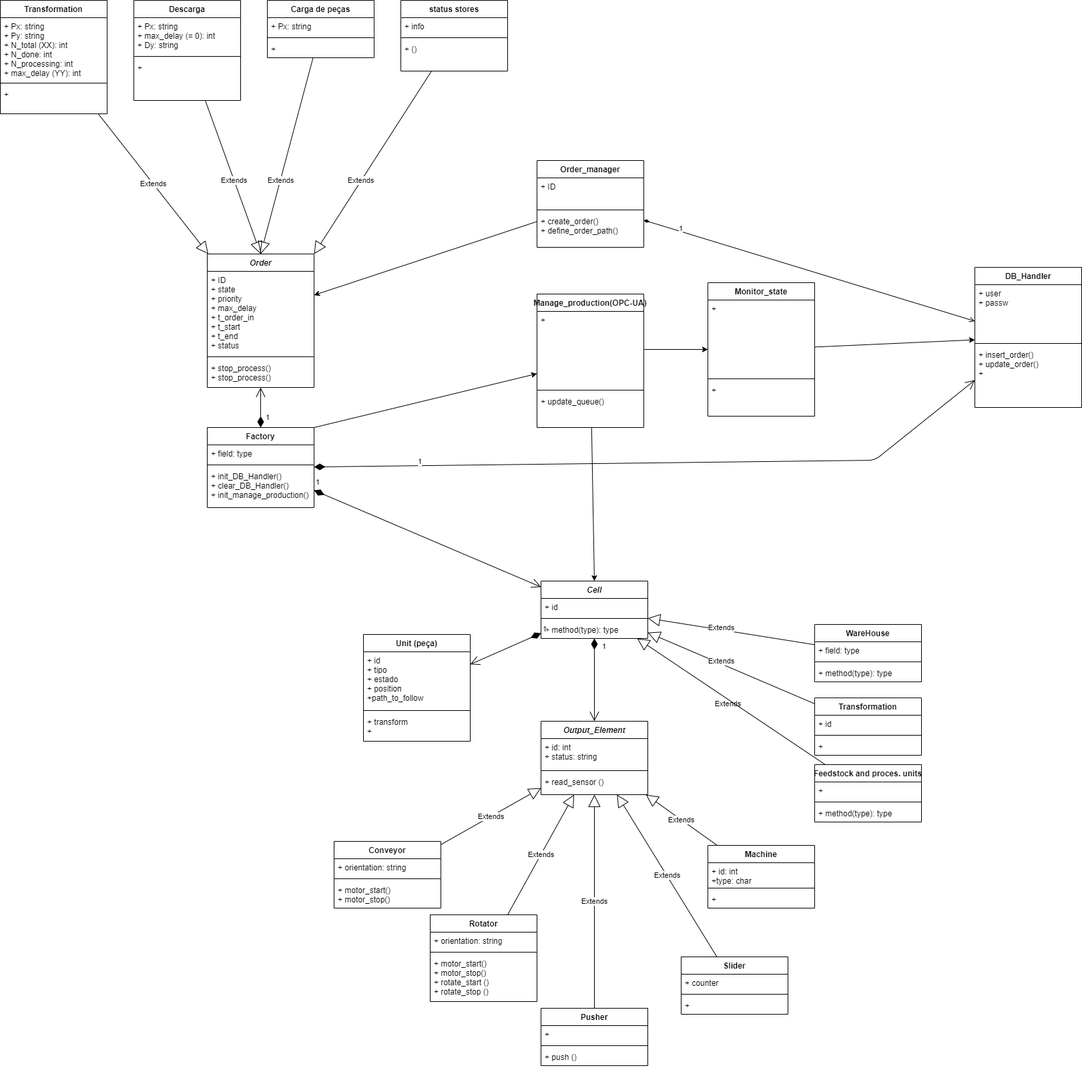
The draw.io diagram diagrams/class_diagram.png in L-eonor/ii, before a commit. Source tidied: cells renumbered, new cells last; positions are measured from the earlier drawing's top-left corner, leaving out a move shared by most shapes.
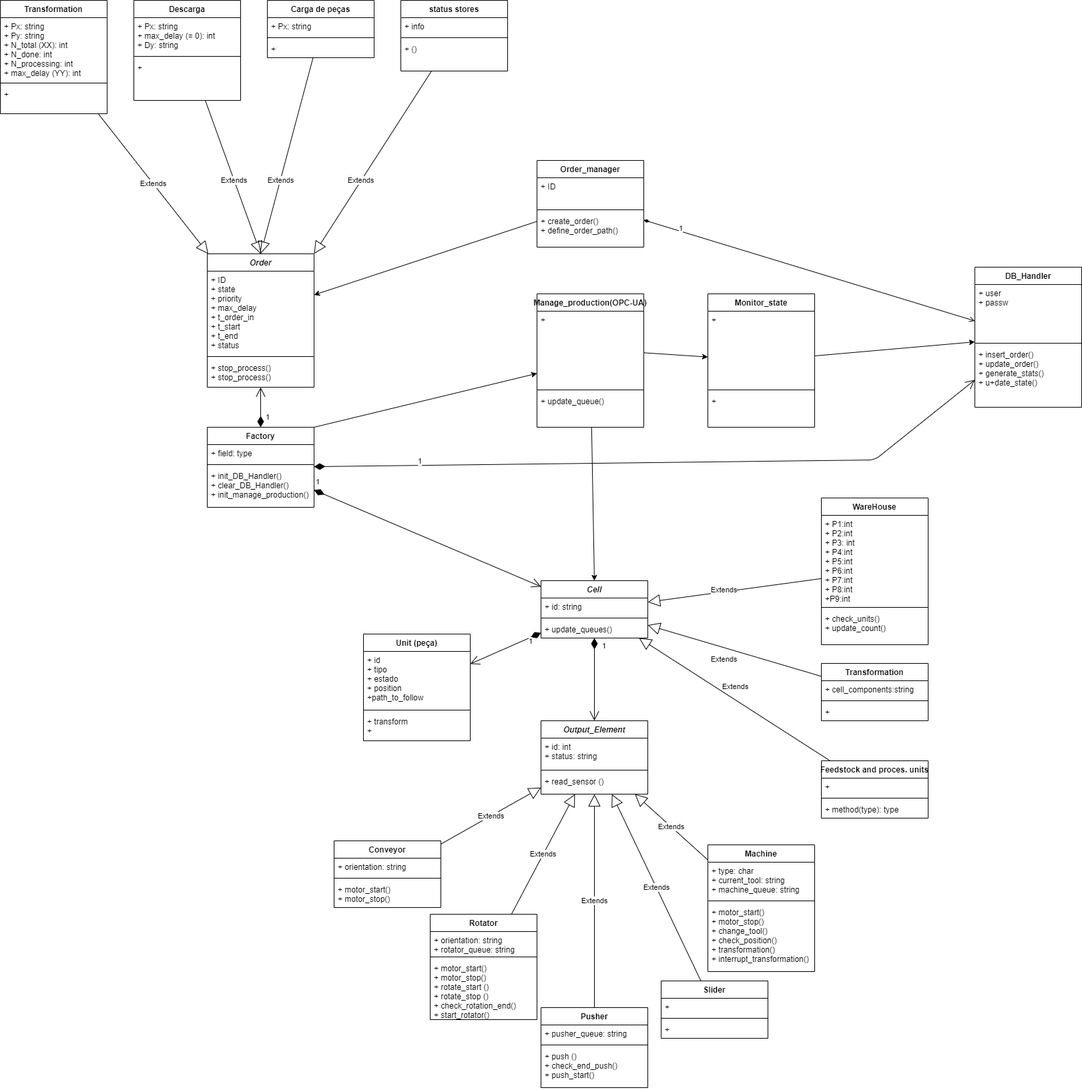
The same diagram one commit later.

Change to the diagram source:
```diff
@@ -26,19 +26,19 @@
     <mxCell id="9" style="line;strokeWidth=1;fillColor=none;align=left;verticalAlign=middle;spacingTop=-1;spacingLeft=3;spacingRight=3;labelPosition=right;" parent="7" vertex="1">
       <mxGeometry y="110" width="160" height="8" as="geometry" />
     </mxCell>
-    <mxCell id="10" value="+ insert_order()&#10;+ update_order()&#10;+ " style="text;strokeColor=none;fillColor=none;align=left;verticalAlign=top;spacingLeft=4;spacingRight=4;overflow=hidden;" parent="7" vertex="1">
+    <mxCell id="10" value="+ insert_order()&#10;+ update_order()&#10;+ generate_stats()&#10;+ u+date_state()" style="text;strokeColor=none;fillColor=none;align=left;verticalAlign=top;spacingLeft=4;spacingRight=4;overflow=hidden;" parent="7" vertex="1">
       <mxGeometry y="118" width="160" height="92" as="geometry" />
     </mxCell>
     <mxCell id="11" value="Cell" style="swimlane;fontStyle=3;align=center;verticalAlign=top;horizontal=1;startSize=26;" parent="1" vertex="1">
       <mxGeometry x="810" y="870" width="160" height="86" as="geometry" />
     </mxCell>
-    <mxCell id="12" value="+ id" style="text;strokeColor=none;fillColor=none;align=left;verticalAlign=top;spacingLeft=4;spacingRight=4;overflow=hidden;" parent="11" vertex="1">
+    <mxCell id="12" value="+ id: string" style="text;strokeColor=none;fillColor=none;align=left;verticalAlign=top;spacingLeft=4;spacingRight=4;overflow=hidden;" parent="11" vertex="1">
       <mxGeometry y="26" width="160" height="26" as="geometry" />
     </mxCell>
     <mxCell id="13" style="line;strokeWidth=1;fillColor=none;align=left;verticalAlign=middle;spacingTop=-1;spacingLeft=3;spacingRight=3;labelPosition=right;" parent="11" vertex="1">
       <mxGeometry y="52" width="160" height="8" as="geometry" />
     </mxCell>
-    <mxCell id="14" value="+ method(type): type" style="text;strokeColor=none;fillColor=none;align=left;verticalAlign=top;spacingLeft=4;spacingRight=4;overflow=hidden;" parent="11" vertex="1">
+    <mxCell id="14" value="+ update_queues()" style="text;strokeColor=none;fillColor=none;align=left;verticalAlign=top;spacingLeft=4;spacingRight=4;overflow=hidden;" parent="11" vertex="1">
       <mxGeometry y="60" width="160" height="26" as="geometry" />
     </mxCell>
     <mxCell id="15" value="Unit (peça)" style="swimlane;fontStyle=1;align=center;verticalAlign=top;horizontal=1;startSize=26;" parent="1" vertex="1">
@@ -133,21 +133,21 @@
       <mxGeometry x="-0.12" y="51" relative="1" as="geometry" />
     </mxCell>
     <mxCell id="44" value="WareHouse" style="swimlane;fontStyle=1;align=center;verticalAlign=top;horizontal=1;startSize=26;" parent="1" vertex="1">
-      <mxGeometry x="1220" y="935" width="160" height="86" as="geometry" />
+      <mxGeometry x="1230" y="746" width="160" height="220" as="geometry" />
     </mxCell>
-    <mxCell id="45" value="+ field: type" style="text;strokeColor=none;fillColor=none;align=left;verticalAlign=top;spacingLeft=4;spacingRight=4;overflow=hidden;" parent="44" vertex="1">
-      <mxGeometry y="26" width="160" height="26" as="geometry" />
+    <mxCell id="45" value="+ P1:int&#10;+ P2:int&#10;+ P3: int&#10;+ P4:int&#10;+ P5:int&#10;+ P6:int&#10;+ P7:int&#10;+ P8:int&#10;+P9:int&#10;" style="text;strokeColor=none;fillColor=none;align=left;verticalAlign=top;spacingLeft=4;spacingRight=4;overflow=hidden;" parent="44" vertex="1">
+      <mxGeometry y="26" width="160" height="134" as="geometry" />
     </mxCell>
     <mxCell id="46" style="line;strokeWidth=1;fillColor=none;align=left;verticalAlign=middle;spacingTop=-1;spacingLeft=3;spacingRight=3;labelPosition=right;" parent="44" vertex="1">
-      <mxGeometry y="52" width="160" height="8" as="geometry" />
+      <mxGeometry y="160" width="160" height="8" as="geometry" />
     </mxCell>
-    <mxCell id="47" value="+ method(type): type" style="text;strokeColor=none;fillColor=none;align=left;verticalAlign=top;spacingLeft=4;spacingRight=4;overflow=hidden;" parent="44" vertex="1">
-      <mxGeometry y="60" width="160" height="26" as="geometry" />
+    <mxCell id="47" value="+ check_units()&#10;+ update_count()" style="text;strokeColor=none;fillColor=none;align=left;verticalAlign=top;spacingLeft=4;spacingRight=4;overflow=hidden;" parent="44" vertex="1">
+      <mxGeometry y="168" width="160" height="52" as="geometry" />
     </mxCell>
     <mxCell id="48" value="Transformation" style="swimlane;fontStyle=1;align=center;verticalAlign=top;horizontal=1;startSize=26;" parent="1" vertex="1">
-      <mxGeometry x="1220" y="1045" width="160" height="86" as="geometry" />
+      <mxGeometry x="1230" y="994" width="160" height="86" as="geometry" />
     </mxCell>
-    <mxCell id="49" value="+ id" style="text;strokeColor=none;fillColor=none;align=left;verticalAlign=top;spacingLeft=4;spacingRight=4;overflow=hidden;" parent="48" vertex="1">
+    <mxCell id="49" value="+ cell_components:string" style="text;strokeColor=none;fillColor=none;align=left;verticalAlign=top;spacingLeft=4;spacingRight=4;overflow=hidden;" parent="48" vertex="1">
       <mxGeometry y="26" width="160" height="26" as="geometry" />
     </mxCell>
     <mxCell id="50" style="line;strokeWidth=1;fillColor=none;align=left;verticalAlign=middle;spacingTop=-1;spacingLeft=3;spacingRight=3;labelPosition=right;" parent="48" vertex="1">
@@ -157,7 +157,7 @@
       <mxGeometry y="60" width="160" height="26" as="geometry" />
     </mxCell>
     <mxCell id="52" value="Feedstock and proces. units" style="swimlane;fontStyle=1;align=center;verticalAlign=top;horizontal=1;startSize=26;" parent="1" vertex="1">
-      <mxGeometry x="1220" y="1145" width="160" height="86" as="geometry" />
+      <mxGeometry x="1230" y="1140" width="160" height="86" as="geometry" />
     </mxCell>
     <mxCell id="53" value="+ " style="text;strokeColor=none;fillColor=none;align=left;verticalAlign=top;spacingLeft=4;spacingRight=4;overflow=hidden;" parent="52" vertex="1">
       <mxGeometry y="26" width="160" height="26" as="geometry" />
@@ -172,33 +172,33 @@
       <mxGeometry x="0.12" y="-3" relative="1" as="geometry" />
     </mxCell>
     <mxCell id="57" value="Rotator" style="swimlane;fontStyle=1;align=center;verticalAlign=top;horizontal=1;startSize=26;" parent="1" vertex="1">
-      <mxGeometry x="644" y="1370" width="160" height="130" as="geometry" />
+      <mxGeometry x="644" y="1370" width="160" height="158" as="geometry" />
     </mxCell>
-    <mxCell id="58" value="+ orientation: string" style="text;strokeColor=none;fillColor=none;align=left;verticalAlign=top;spacingLeft=4;spacingRight=4;overflow=hidden;" parent="57" vertex="1">
-      <mxGeometry y="26" width="160" height="26" as="geometry" />
+    <mxCell id="58" value="+ orientation: string&#10;+ rotator_queue: string" style="text;strokeColor=none;fillColor=none;align=left;verticalAlign=top;spacingLeft=4;spacingRight=4;overflow=hidden;" parent="57" vertex="1">
+      <mxGeometry y="26" width="160" height="34" as="geometry" />
     </mxCell>
     <mxCell id="59" style="line;strokeWidth=1;fillColor=none;align=left;verticalAlign=middle;spacingTop=-1;spacingLeft=3;spacingRight=3;labelPosition=right;" parent="57" vertex="1">
-      <mxGeometry y="52" width="160" height="8" as="geometry" />
+      <mxGeometry y="60" width="160" height="8" as="geometry" />
     </mxCell>
-    <mxCell id="60" value="+ motor_start()&#10;+ motor_stop()&#10;+ rotate_start ()&#10;+ rotate_stop ()" style="text;strokeColor=none;fillColor=none;align=left;verticalAlign=top;spacingLeft=4;spacingRight=4;overflow=hidden;" parent="57" vertex="1">
-      <mxGeometry y="60" width="160" height="70" as="geometry" />
+    <mxCell id="60" value="+ motor_start()&#10;+ motor_stop()&#10;+ rotate_start ()&#10;+ rotate_stop ()&#10;+ check_rotation_end()&#10;+ start_rotator()" style="text;strokeColor=none;fillColor=none;align=left;verticalAlign=top;spacingLeft=4;spacingRight=4;overflow=hidden;" parent="57" vertex="1">
+      <mxGeometry y="68" width="160" height="90" as="geometry" />
     </mxCell>
     <mxCell id="61" value="Machine" style="swimlane;fontStyle=1;align=center;verticalAlign=top;horizontal=1;startSize=26;" parent="1" vertex="1">
-      <mxGeometry x="1060" y="1266" width="160" height="94" as="geometry" />
+      <mxGeometry x="1060" y="1266" width="160" height="190" as="geometry" />
     </mxCell>
-    <mxCell id="62" value="+ id: int&#10;+type: char" style="text;strokeColor=none;fillColor=none;align=left;verticalAlign=top;spacingLeft=4;spacingRight=4;overflow=hidden;" parent="61" vertex="1">
-      <mxGeometry y="26" width="160" height="34" as="geometry" />
+    <mxCell id="62" value="+ type: char&#10;+ current_tool: string&#10;+ machine_queue: string" style="text;strokeColor=none;fillColor=none;align=left;verticalAlign=top;spacingLeft=4;spacingRight=4;overflow=hidden;" parent="61" vertex="1">
+      <mxGeometry y="26" width="160" height="54" as="geometry" />
     </mxCell>
     <mxCell id="63" style="line;strokeWidth=1;fillColor=none;align=left;verticalAlign=middle;spacingTop=-1;spacingLeft=3;spacingRight=3;labelPosition=right;" parent="61" vertex="1">
-      <mxGeometry y="60" width="160" height="8" as="geometry" />
+      <mxGeometry y="80" width="160" height="8" as="geometry" />
     </mxCell>
-    <mxCell id="64" value="+ " style="text;strokeColor=none;fillColor=none;align=left;verticalAlign=top;spacingLeft=4;spacingRight=4;overflow=hidden;" parent="61" vertex="1">
-      <mxGeometry y="68" width="160" height="26" as="geometry" />
+    <mxCell id="64" value="+ motor_start()&#10;+ motor_stop()&#10;+ change_tool()&#10;+ check_position()&#10;+ transformation()&#10;+ interrupt_transformation()" style="text;strokeColor=none;fillColor=none;align=left;verticalAlign=top;spacingLeft=4;spacingRight=4;overflow=hidden;" parent="61" vertex="1">
+      <mxGeometry y="88" width="160" height="102" as="geometry" />
     </mxCell>
     <mxCell id="65" value="Slider" style="swimlane;fontStyle=1;align=center;verticalAlign=top;horizontal=1;startSize=26;" parent="1" vertex="1">
-      <mxGeometry x="1020" y="1433" width="160" height="86" as="geometry" />
+      <mxGeometry x="990" y="1470" width="160" height="86" as="geometry" />
     </mxCell>
-    <mxCell id="66" value="+ counter" style="text;strokeColor=none;fillColor=none;align=left;verticalAlign=top;spacingLeft=4;spacingRight=4;overflow=hidden;" parent="65" vertex="1">
+    <mxCell id="66" value="+ " style="text;strokeColor=none;fillColor=none;align=left;verticalAlign=top;spacingLeft=4;spacingRight=4;overflow=hidden;" parent="65" vertex="1">
       <mxGeometry y="26" width="160" height="26" as="geometry" />
     </mxCell>
     <mxCell id="67" style="line;strokeWidth=1;fillColor=none;align=left;verticalAlign=middle;spacingTop=-1;spacingLeft=3;spacingRight=3;labelPosition=right;" parent="65" vertex="1">
@@ -208,16 +208,16 @@
       <mxGeometry y="60" width="160" height="26" as="geometry" />
     </mxCell>
     <mxCell id="69" value="Pusher" style="swimlane;fontStyle=1;align=center;verticalAlign=top;horizontal=1;startSize=26;" parent="1" vertex="1">
-      <mxGeometry x="810" y="1510" width="160" height="86" as="geometry" />
+      <mxGeometry x="810" y="1510" width="160" height="120" as="geometry" />
     </mxCell>
-    <mxCell id="70" value="+ " style="text;strokeColor=none;fillColor=none;align=left;verticalAlign=top;spacingLeft=4;spacingRight=4;overflow=hidden;" parent="69" vertex="1">
+    <mxCell id="70" value="+ pusher_queue: string" style="text;strokeColor=none;fillColor=none;align=left;verticalAlign=top;spacingLeft=4;spacingRight=4;overflow=hidden;" parent="69" vertex="1">
       <mxGeometry y="26" width="160" height="26" as="geometry" />
     </mxCell>
     <mxCell id="71" style="line;strokeWidth=1;fillColor=none;align=left;verticalAlign=middle;spacingTop=-1;spacingLeft=3;spacingRight=3;labelPosition=right;" parent="69" vertex="1">
       <mxGeometry y="52" width="160" height="8" as="geometry" />
     </mxCell>
-    <mxCell id="72" value="+ push ()" style="text;strokeColor=none;fillColor=none;align=left;verticalAlign=top;spacingLeft=4;spacingRight=4;overflow=hidden;" parent="69" vertex="1">
-      <mxGeometry y="60" width="160" height="26" as="geometry" />
+    <mxCell id="72" value="+ push ()&#10;+ check_end_push()&#10;+ push_start()" style="text;strokeColor=none;fillColor=none;align=left;verticalAlign=top;spacingLeft=4;spacingRight=4;overflow=hidden;" parent="69" vertex="1">
+      <mxGeometry y="60" width="160" height="60" as="geometry" />
     </mxCell>
     <mxCell id="73" value="Extends" style="endArrow=block;endSize=16;endFill=0;html=1;strokeWidth=1;rounded=0;" parent="1" edge="1" source="57" target="19">
       <mxGeometry relative="1" as="geometry" />
@@ -271,7 +271,7 @@
       <mxGeometry relative="1" as="geometry" />
     </mxCell>
     <mxCell id="90" value="Monitor_state" style="swimlane;fontStyle=1;align=center;verticalAlign=top;horizontal=1;startSize=26;" parent="1" vertex="1">
-      <mxGeometry x="1060" y="423" width="160" height="200" as="geometry" />
+      <mxGeometry x="1060" y="440" width="160" height="200" as="geometry" />
     </mxCell>
     <mxCell id="91" value="+" style="text;strokeColor=none;fillColor=none;align=left;verticalAlign=top;spacingLeft=4;spacingRight=4;overflow=hidden;" parent="90" vertex="1">
       <mxGeometry y="26" width="160" height="114" as="geometry" />
@@ -302,7 +302,7 @@
       <mxGeometry x="0.2" y="-1" relative="1" as="geometry" />
     </mxCell>
     <mxCell id="99" value="1" style="endArrow=open;html=1;endSize=12;startArrow=diamondThin;startSize=14;startFill=1;align=left;verticalAlign=bottom;" parent="1" edge="1" source="11" target="15">
-      <mxGeometry x="-1" y="3" relative="1" as="geometry" />
+      <mxGeometry x="-0.53" y="12" relative="1" as="geometry" />
     </mxCell>
     <mxCell id="100" value="Extends" style="endArrow=block;endSize=16;endFill=0;html=1;strokeWidth=1;rounded=0;" parent="1" edge="1" source="52" target="11">
       <mxGeometry x="0.27" y="-42" relative="1" as="geometry" />
```
